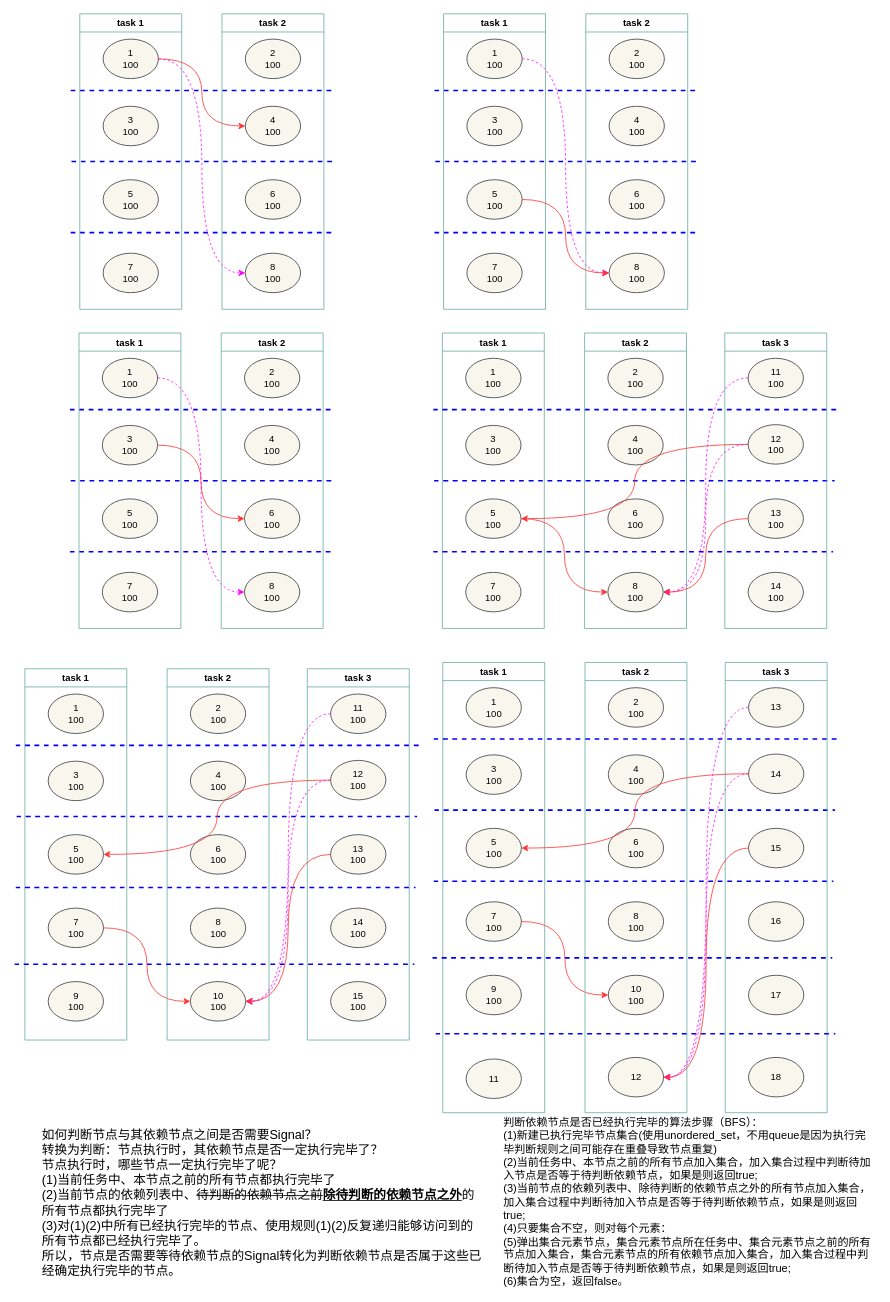
The draw.io diagram SimplifyDependency.drawio in Dercury/CLDK, before the edit. Source tidied: cells renumbered, new cells numbered last; positions are measured from the earlier drawing's top-left corner, leaving out a move shared by most shapes. Both pictures are drawn from the tidied source at 79%, with x=0, y=0 at pixel (14, 13).
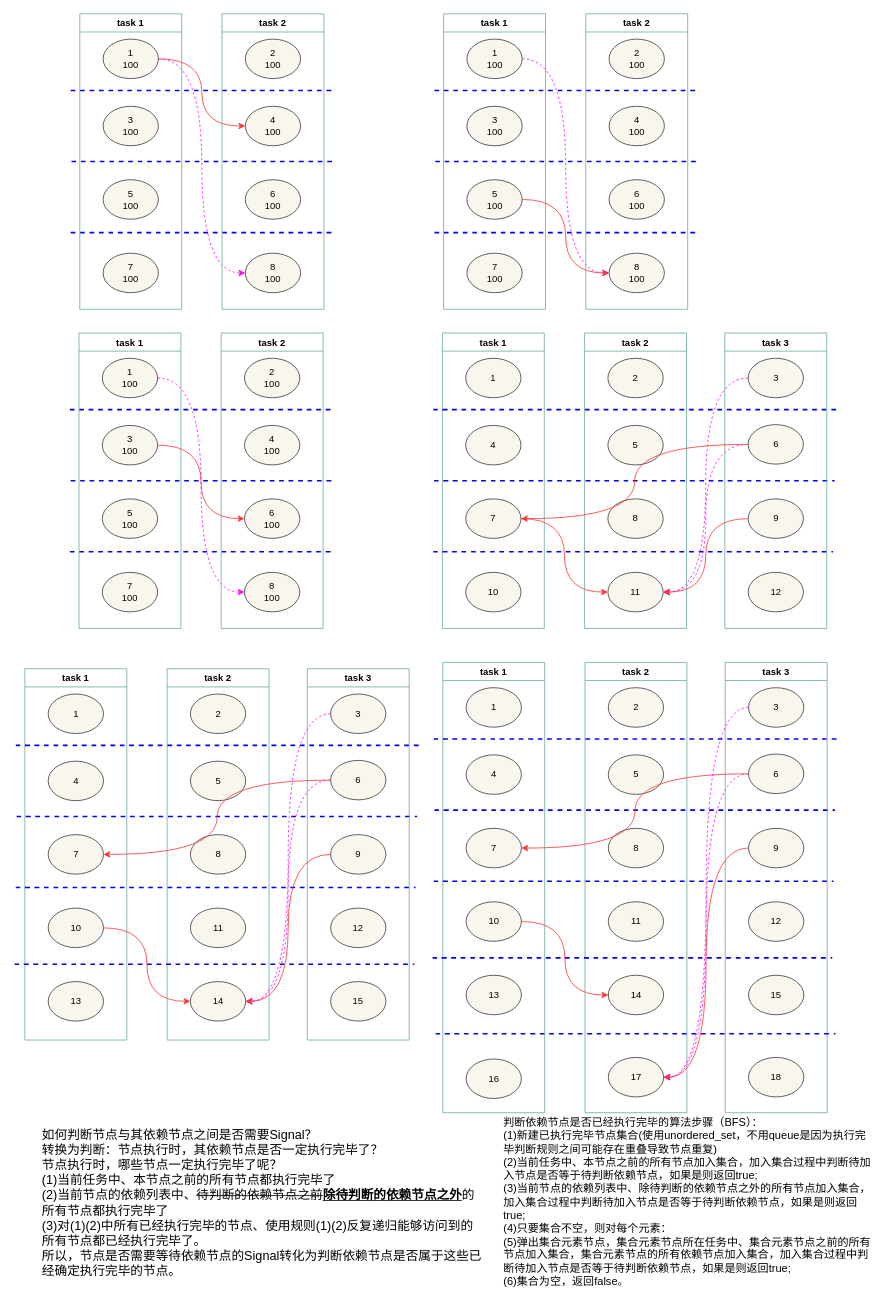
Above is the later version.

The change refers to these unchanged cells:
```xml
<mxCell id="32" value="task 1" style="swimlane;fillColor=none;strokeColor=#67AB9F;" parent="1" vertex="1">
  <mxGeometry x="541.5" y="404" width="129" height="374" as="geometry" />
</mxCell>
<mxCell id="42" value="task 2" style="swimlane;fillColor=none;strokeColor=#67AB9F;" parent="1" vertex="1">
  <mxGeometry x="721.5" y="404" width="129" height="374" as="geometry" />
</mxCell>
<mxCell id="62" value="task 3" style="swimlane;fillColor=none;strokeColor=#67AB9F;" parent="1" vertex="1">
  <mxGeometry x="899" y="404" width="129" height="374" as="geometry" />
</mxCell>
<mxCell id="69" value="task 1" style="swimlane;fillColor=none;strokeColor=#67AB9F;" parent="1" vertex="1">
  <mxGeometry x="542" y="821" width="129" height="570" as="geometry" />
</mxCell>
<mxCell id="81" value="task 2" style="swimlane;fillColor=none;strokeColor=#67AB9F;" parent="1" vertex="1">
  <mxGeometry x="722" y="821" width="129" height="570" as="geometry" />
</mxCell>
<mxCell id="88" value="task 3" style="swimlane;fillColor=none;strokeColor=#67AB9F;" parent="1" vertex="1">
  <mxGeometry x="899.5" y="821" width="129" height="570" as="geometry" />
</mxCell>
<mxCell id="97" value="task 1" style="swimlane;fillColor=none;strokeColor=#67AB9F;" parent="1" vertex="1">
  <mxGeometry x="13" y="829" width="129" height="470" as="geometry" />
</mxCell>
<mxCell id="108" value="task 2" style="swimlane;fillColor=none;strokeColor=#67AB9F;" parent="1" vertex="1">
  <mxGeometry x="193" y="829" width="129" height="470" as="geometry" />
</mxCell>
<mxCell id="114" value="task 3" style="swimlane;fillColor=none;strokeColor=#67AB9F;" parent="1" vertex="1">
  <mxGeometry x="370.5" y="829" width="129" height="470" as="geometry" />
</mxCell>
```

Change to the diagram source:
```diff
@@
-    <mxCell id="33" value="1&lt;br&gt;100" style="ellipse;whiteSpace=wrap;html=1;fillColor=#f9f7ed;strokeColor=#36393d;" parent="32" vertex="1">
+    <mxCell id="33" value="1" style="ellipse;whiteSpace=wrap;html=1;fillColor=#f9f7ed;strokeColor=#36393d;" parent="32" vertex="1">
       <mxGeometry x="29.5" y="32" width="70" height="50" as="geometry" />
     </mxCell>
-    <mxCell id="34" value="3&lt;br&gt;100" style="ellipse;whiteSpace=wrap;html=1;fillColor=#f9f7ed;strokeColor=#36393d;" parent="32" vertex="1">
+    <mxCell id="34" value="4" style="ellipse;whiteSpace=wrap;html=1;fillColor=#f9f7ed;strokeColor=#36393d;" parent="32" vertex="1">
       <mxGeometry x="29.5" y="117" width="70" height="50" as="geometry" />
     </mxCell>
-    <mxCell id="35" value="5&lt;br&gt;100" style="ellipse;whiteSpace=wrap;html=1;fillColor=#f9f7ed;strokeColor=#36393d;" parent="32" vertex="1">
+    <mxCell id="35" value="7" style="ellipse;whiteSpace=wrap;html=1;fillColor=#f9f7ed;strokeColor=#36393d;" parent="32" vertex="1">
       <mxGeometry x="29.5" y="210" width="70" height="50" as="geometry" />
     </mxCell>
-    <mxCell id="36" value="7&lt;br&gt;100" style="ellipse;whiteSpace=wrap;html=1;fillColor=#f9f7ed;strokeColor=#36393d;" parent="32" vertex="1">
+    <mxCell id="36" value="10" style="ellipse;whiteSpace=wrap;html=1;fillColor=#f9f7ed;strokeColor=#36393d;" parent="32" vertex="1">
       <mxGeometry x="29.5" y="303" width="70" height="50" as="geometry" />
     </mxCell>
@@
-    <mxCell id="43" value="2&lt;br&gt;100" style="ellipse;whiteSpace=wrap;html=1;fillColor=#f9f7ed;strokeColor=#36393d;" parent="42" vertex="1">
+    <mxCell id="43" value="2" style="ellipse;whiteSpace=wrap;html=1;fillColor=#f9f7ed;strokeColor=#36393d;" parent="42" vertex="1">
       <mxGeometry x="29.5" y="32" width="70" height="50" as="geometry" />
     </mxCell>
-    <mxCell id="44" value="4&lt;br&gt;100" style="ellipse;whiteSpace=wrap;html=1;fillColor=#f9f7ed;strokeColor=#36393d;" parent="42" vertex="1">
+    <mxCell id="44" value="5" style="ellipse;whiteSpace=wrap;html=1;fillColor=#f9f7ed;strokeColor=#36393d;" parent="42" vertex="1">
       <mxGeometry x="29.5" y="117" width="70" height="50" as="geometry" />
     </mxCell>
-    <mxCell id="45" value="6&lt;br&gt;100" style="ellipse;whiteSpace=wrap;html=1;fillColor=#f9f7ed;strokeColor=#36393d;" parent="42" vertex="1">
+    <mxCell id="45" value="8" style="ellipse;whiteSpace=wrap;html=1;fillColor=#f9f7ed;strokeColor=#36393d;" parent="42" vertex="1">
       <mxGeometry x="29.5" y="210" width="70" height="50" as="geometry" />
     </mxCell>
-    <mxCell id="46" value="8&lt;br&gt;100" style="ellipse;whiteSpace=wrap;html=1;fillColor=#f9f7ed;strokeColor=#36393d;" parent="42" vertex="1">
+    <mxCell id="46" value="11" style="ellipse;whiteSpace=wrap;html=1;fillColor=#f9f7ed;strokeColor=#36393d;" parent="42" vertex="1">
       <mxGeometry x="29.5" y="303" width="70" height="50" as="geometry" />
     </mxCell>
@@
-    <mxCell id="63" value="11&lt;br&gt;100" style="ellipse;whiteSpace=wrap;html=1;fillColor=#f9f7ed;strokeColor=#36393d;" parent="62" vertex="1">
+    <mxCell id="63" value="3" style="ellipse;whiteSpace=wrap;html=1;fillColor=#f9f7ed;strokeColor=#36393d;" parent="62" vertex="1">
       <mxGeometry x="29.5" y="32" width="70" height="50" as="geometry" />
     </mxCell>
-    <mxCell id="64" value="12&lt;br&gt;100" style="ellipse;whiteSpace=wrap;html=1;fillColor=#f9f7ed;strokeColor=#36393d;" parent="62" vertex="1">
+    <mxCell id="64" value="6" style="ellipse;whiteSpace=wrap;html=1;fillColor=#f9f7ed;strokeColor=#36393d;" parent="62" vertex="1">
       <mxGeometry x="29.5" y="116" width="70" height="50" as="geometry" />
     </mxCell>
-    <mxCell id="65" value="13&lt;br&gt;100" style="ellipse;whiteSpace=wrap;html=1;fillColor=#f9f7ed;strokeColor=#36393d;" parent="62" vertex="1">
+    <mxCell id="65" value="9" style="ellipse;whiteSpace=wrap;html=1;fillColor=#f9f7ed;strokeColor=#36393d;" parent="62" vertex="1">
       <mxGeometry x="29.5" y="210" width="70" height="50" as="geometry" />
     </mxCell>
-    <mxCell id="66" value="14&lt;br&gt;100" style="ellipse;whiteSpace=wrap;html=1;fillColor=#f9f7ed;strokeColor=#36393d;" parent="62" vertex="1">
+    <mxCell id="66" value="12" style="ellipse;whiteSpace=wrap;html=1;fillColor=#f9f7ed;strokeColor=#36393d;" parent="62" vertex="1">
       <mxGeometry x="29.5" y="303" width="70" height="50" as="geometry" />
     </mxCell>
@@
-    <mxCell id="70" value="1&lt;br&gt;100" style="ellipse;whiteSpace=wrap;html=1;fillColor=#f9f7ed;strokeColor=#36393d;" parent="69" vertex="1">
+    <mxCell id="70" value="1" style="ellipse;whiteSpace=wrap;html=1;fillColor=#f9f7ed;strokeColor=#36393d;" parent="69" vertex="1">
       <mxGeometry x="29.5" y="32" width="70" height="50" as="geometry" />
     </mxCell>
-    <mxCell id="71" value="3&lt;br&gt;100" style="ellipse;whiteSpace=wrap;html=1;fillColor=#f9f7ed;strokeColor=#36393d;" parent="69" vertex="1">
+    <mxCell id="71" value="4" style="ellipse;whiteSpace=wrap;html=1;fillColor=#f9f7ed;strokeColor=#36393d;" parent="69" vertex="1">
       <mxGeometry x="29.5" y="117" width="70" height="50" as="geometry" />
     </mxCell>
-    <mxCell id="72" value="5&lt;br&gt;100" style="ellipse;whiteSpace=wrap;html=1;fillColor=#f9f7ed;strokeColor=#36393d;" parent="69" vertex="1">
+    <mxCell id="72" value="7" style="ellipse;whiteSpace=wrap;html=1;fillColor=#f9f7ed;strokeColor=#36393d;" parent="69" vertex="1">
       <mxGeometry x="29.5" y="210" width="70" height="50" as="geometry" />
     </mxCell>
-    <mxCell id="73" value="7&lt;br&gt;100" style="ellipse;whiteSpace=wrap;html=1;fillColor=#f9f7ed;strokeColor=#36393d;" parent="69" vertex="1">
+    <mxCell id="73" value="10" style="ellipse;whiteSpace=wrap;html=1;fillColor=#f9f7ed;strokeColor=#36393d;" parent="69" vertex="1">
       <mxGeometry x="29.5" y="303" width="70" height="50" as="geometry" />
     </mxCell>
-    <mxCell id="74" value="9&lt;br&gt;100" style="ellipse;whiteSpace=wrap;html=1;fillColor=#f9f7ed;strokeColor=#36393d;" parent="69" vertex="1">
+    <mxCell id="74" value="13" style="ellipse;whiteSpace=wrap;html=1;fillColor=#f9f7ed;strokeColor=#36393d;" parent="69" vertex="1">
       <mxGeometry x="29.5" y="396" width="70" height="50" as="geometry" />
     </mxCell>
-    <mxCell id="75" value="11" style="ellipse;whiteSpace=wrap;html=1;fillColor=#f9f7ed;strokeColor=#36393d;" parent="69" vertex="1">
+    <mxCell id="75" value="16" style="ellipse;whiteSpace=wrap;html=1;fillColor=#f9f7ed;strokeColor=#36393d;" parent="69" vertex="1">
       <mxGeometry x="29.5" y="502" width="70" height="50" as="geometry" />
     </mxCell>
@@
-    <mxCell id="82" value="2&lt;br&gt;100" style="ellipse;whiteSpace=wrap;html=1;fillColor=#f9f7ed;strokeColor=#36393d;" parent="81" vertex="1">
+    <mxCell id="82" value="2" style="ellipse;whiteSpace=wrap;html=1;fillColor=#f9f7ed;strokeColor=#36393d;" parent="81" vertex="1">
       <mxGeometry x="29.5" y="32" width="70" height="50" as="geometry" />
     </mxCell>
-    <mxCell id="83" value="4&lt;br&gt;100" style="ellipse;whiteSpace=wrap;html=1;fillColor=#f9f7ed;strokeColor=#36393d;" parent="81" vertex="1">
+    <mxCell id="83" value="5" style="ellipse;whiteSpace=wrap;html=1;fillColor=#f9f7ed;strokeColor=#36393d;" parent="81" vertex="1">
       <mxGeometry x="29.5" y="117" width="70" height="50" as="geometry" />
     </mxCell>
-    <mxCell id="84" value="6&lt;br&gt;100" style="ellipse;whiteSpace=wrap;html=1;fillColor=#f9f7ed;strokeColor=#36393d;" parent="81" vertex="1">
+    <mxCell id="84" value="8" style="ellipse;whiteSpace=wrap;html=1;fillColor=#f9f7ed;strokeColor=#36393d;" parent="81" vertex="1">
       <mxGeometry x="29.5" y="210" width="70" height="50" as="geometry" />
     </mxCell>
-    <mxCell id="85" value="8&lt;br&gt;100" style="ellipse;whiteSpace=wrap;html=1;fillColor=#f9f7ed;strokeColor=#36393d;" parent="81" vertex="1">
+    <mxCell id="85" value="11" style="ellipse;whiteSpace=wrap;html=1;fillColor=#f9f7ed;strokeColor=#36393d;" parent="81" vertex="1">
       <mxGeometry x="29.5" y="303" width="70" height="50" as="geometry" />
     </mxCell>
-    <mxCell id="86" value="10&lt;br&gt;100" style="ellipse;whiteSpace=wrap;html=1;fillColor=#f9f7ed;strokeColor=#36393d;" parent="81" vertex="1">
+    <mxCell id="86" value="14" style="ellipse;whiteSpace=wrap;html=1;fillColor=#f9f7ed;strokeColor=#36393d;" parent="81" vertex="1">
       <mxGeometry x="29.5" y="396" width="70" height="50" as="geometry" />
     </mxCell>
-    <mxCell id="87" value="12" style="ellipse;whiteSpace=wrap;html=1;fillColor=#f9f7ed;strokeColor=#36393d;" parent="81" vertex="1">
+    <mxCell id="87" value="17" style="ellipse;whiteSpace=wrap;html=1;fillColor=#f9f7ed;strokeColor=#36393d;" parent="81" vertex="1">
       <mxGeometry x="29.5" y="500" width="70" height="50" as="geometry" />
     </mxCell>
@@
-    <mxCell id="89" value="13" style="ellipse;whiteSpace=wrap;html=1;fillColor=#f9f7ed;strokeColor=#36393d;" parent="88" vertex="1">
+    <mxCell id="89" value="3" style="ellipse;whiteSpace=wrap;html=1;fillColor=#f9f7ed;strokeColor=#36393d;" parent="88" vertex="1">
       <mxGeometry x="29.5" y="32" width="70" height="50" as="geometry" />
     </mxCell>
-    <mxCell id="90" value="14" style="ellipse;whiteSpace=wrap;html=1;fillColor=#f9f7ed;strokeColor=#36393d;" parent="88" vertex="1">
+    <mxCell id="90" value="6" style="ellipse;whiteSpace=wrap;html=1;fillColor=#f9f7ed;strokeColor=#36393d;" parent="88" vertex="1">
       <mxGeometry x="29.5" y="116" width="70" height="50" as="geometry" />
     </mxCell>
-    <mxCell id="91" value="15" style="ellipse;whiteSpace=wrap;html=1;fillColor=#f9f7ed;strokeColor=#36393d;" parent="88" vertex="1">
+    <mxCell id="91" value="9" style="ellipse;whiteSpace=wrap;html=1;fillColor=#f9f7ed;strokeColor=#36393d;" parent="88" vertex="1">
       <mxGeometry x="29.5" y="210" width="70" height="50" as="geometry" />
     </mxCell>
-    <mxCell id="92" value="16" style="ellipse;whiteSpace=wrap;html=1;fillColor=#f9f7ed;strokeColor=#36393d;" parent="88" vertex="1">
+    <mxCell id="92" value="12" style="ellipse;whiteSpace=wrap;html=1;fillColor=#f9f7ed;strokeColor=#36393d;" parent="88" vertex="1">
       <mxGeometry x="29.5" y="303" width="70" height="50" as="geometry" />
     </mxCell>
-    <mxCell id="93" value="17" style="ellipse;whiteSpace=wrap;html=1;fillColor=#f9f7ed;strokeColor=#36393d;" parent="88" vertex="1">
+    <mxCell id="93" value="15" style="ellipse;whiteSpace=wrap;html=1;fillColor=#f9f7ed;strokeColor=#36393d;" parent="88" vertex="1">
       <mxGeometry x="29.5" y="396" width="70" height="50" as="geometry" />
     </mxCell>
@@
-    <mxCell id="98" value="1&lt;br&gt;100" style="ellipse;whiteSpace=wrap;html=1;fillColor=#f9f7ed;strokeColor=#36393d;" parent="97" vertex="1">
+    <mxCell id="98" value="1" style="ellipse;whiteSpace=wrap;html=1;fillColor=#f9f7ed;strokeColor=#36393d;" parent="97" vertex="1">
       <mxGeometry x="29.5" y="32" width="70" height="50" as="geometry" />
     </mxCell>
-    <mxCell id="99" value="3&lt;br&gt;100" style="ellipse;whiteSpace=wrap;html=1;fillColor=#f9f7ed;strokeColor=#36393d;" parent="97" vertex="1">
+    <mxCell id="99" value="4" style="ellipse;whiteSpace=wrap;html=1;fillColor=#f9f7ed;strokeColor=#36393d;" parent="97" vertex="1">
       <mxGeometry x="29.5" y="117" width="70" height="50" as="geometry" />
     </mxCell>
-    <mxCell id="100" value="5&lt;br&gt;100" style="ellipse;whiteSpace=wrap;html=1;fillColor=#f9f7ed;strokeColor=#36393d;" parent="97" vertex="1">
+    <mxCell id="100" value="7" style="ellipse;whiteSpace=wrap;html=1;fillColor=#f9f7ed;strokeColor=#36393d;" parent="97" vertex="1">
       <mxGeometry x="29.5" y="210" width="70" height="50" as="geometry" />
     </mxCell>
-    <mxCell id="101" value="7&lt;br&gt;100" style="ellipse;whiteSpace=wrap;html=1;fillColor=#f9f7ed;strokeColor=#36393d;" parent="97" vertex="1">
+    <mxCell id="101" value="10" style="ellipse;whiteSpace=wrap;html=1;fillColor=#f9f7ed;strokeColor=#36393d;" parent="97" vertex="1">
       <mxGeometry x="29.5" y="303" width="70" height="50" as="geometry" />
     </mxCell>
-    <mxCell id="102" value="9&lt;br&gt;100" style="ellipse;whiteSpace=wrap;html=1;fillColor=#f9f7ed;strokeColor=#36393d;" parent="97" vertex="1">
+    <mxCell id="102" value="13" style="ellipse;whiteSpace=wrap;html=1;fillColor=#f9f7ed;strokeColor=#36393d;" parent="97" vertex="1">
       <mxGeometry x="29.5" y="396" width="70" height="50" as="geometry" />
     </mxCell>
@@
-    <mxCell id="109" value="2&lt;br&gt;100" style="ellipse;whiteSpace=wrap;html=1;fillColor=#f9f7ed;strokeColor=#36393d;" parent="108" vertex="1">
+    <mxCell id="109" value="2" style="ellipse;whiteSpace=wrap;html=1;fillColor=#f9f7ed;strokeColor=#36393d;" parent="108" vertex="1">
       <mxGeometry x="29.5" y="32" width="70" height="50" as="geometry" />
     </mxCell>
-    <mxCell id="110" value="4&lt;br&gt;100" style="ellipse;whiteSpace=wrap;html=1;fillColor=#f9f7ed;strokeColor=#36393d;" parent="108" vertex="1">
+    <mxCell id="110" value="5" style="ellipse;whiteSpace=wrap;html=1;fillColor=#f9f7ed;strokeColor=#36393d;" parent="108" vertex="1">
       <mxGeometry x="29.5" y="117" width="70" height="50" as="geometry" />
     </mxCell>
-    <mxCell id="111" value="6&lt;br&gt;100" style="ellipse;whiteSpace=wrap;html=1;fillColor=#f9f7ed;strokeColor=#36393d;" parent="108" vertex="1">
+    <mxCell id="111" value="8" style="ellipse;whiteSpace=wrap;html=1;fillColor=#f9f7ed;strokeColor=#36393d;" parent="108" vertex="1">
       <mxGeometry x="29.5" y="210" width="70" height="50" as="geometry" />
     </mxCell>
-    <mxCell id="112" value="8&lt;br&gt;100" style="ellipse;whiteSpace=wrap;html=1;fillColor=#f9f7ed;strokeColor=#36393d;" parent="108" vertex="1">
+    <mxCell id="112" value="11" style="ellipse;whiteSpace=wrap;html=1;fillColor=#f9f7ed;strokeColor=#36393d;" parent="108" vertex="1">
       <mxGeometry x="29.5" y="303" width="70" height="50" as="geometry" />
     </mxCell>
-    <mxCell id="113" value="10&lt;br&gt;100" style="ellipse;whiteSpace=wrap;html=1;fillColor=#f9f7ed;strokeColor=#36393d;" parent="108" vertex="1">
+    <mxCell id="113" value="14" style="ellipse;whiteSpace=wrap;html=1;fillColor=#f9f7ed;strokeColor=#36393d;" parent="108" vertex="1">
       <mxGeometry x="29.5" y="396" width="70" height="50" as="geometry" />
     </mxCell>
@@
-    <mxCell id="115" value="11&lt;br&gt;100" style="ellipse;whiteSpace=wrap;html=1;fillColor=#f9f7ed;strokeColor=#36393d;" parent="114" vertex="1">
+    <mxCell id="115" value="3" style="ellipse;whiteSpace=wrap;html=1;fillColor=#f9f7ed;strokeColor=#36393d;" parent="114" vertex="1">
       <mxGeometry x="29.5" y="32" width="70" height="50" as="geometry" />
     </mxCell>
-    <mxCell id="116" value="12&lt;br&gt;100" style="ellipse;whiteSpace=wrap;html=1;fillColor=#f9f7ed;strokeColor=#36393d;" parent="114" vertex="1">
+    <mxCell id="116" value="6" style="ellipse;whiteSpace=wrap;html=1;fillColor=#f9f7ed;strokeColor=#36393d;" parent="114" vertex="1">
       <mxGeometry x="29.5" y="116" width="70" height="50" as="geometry" />
     </mxCell>
-    <mxCell id="117" value="13&lt;br&gt;100" style="ellipse;whiteSpace=wrap;html=1;fillColor=#f9f7ed;strokeColor=#36393d;" parent="114" vertex="1">
+    <mxCell id="117" value="9" style="ellipse;whiteSpace=wrap;html=1;fillColor=#f9f7ed;strokeColor=#36393d;" parent="114" vertex="1">
       <mxGeometry x="29.5" y="210" width="70" height="50" as="geometry" />
     </mxCell>
-    <mxCell id="118" value="14&lt;br&gt;100" style="ellipse;whiteSpace=wrap;html=1;fillColor=#f9f7ed;strokeColor=#36393d;" parent="114" vertex="1">
+    <mxCell id="118" value="12" style="ellipse;whiteSpace=wrap;html=1;fillColor=#f9f7ed;strokeColor=#36393d;" parent="114" vertex="1">
       <mxGeometry x="29.5" y="303" width="70" height="50" as="geometry" />
     </mxCell>
-    <mxCell id="119" value="15&lt;br&gt;100" style="ellipse;whiteSpace=wrap;html=1;fillColor=#f9f7ed;strokeColor=#36393d;" parent="114" vertex="1">
+    <mxCell id="119" value="15" style="ellipse;whiteSpace=wrap;html=1;fillColor=#f9f7ed;strokeColor=#36393d;" parent="114" vertex="1">
       <mxGeometry x="29.5" y="396" width="70" height="50" as="geometry" />
     </mxCell>
```
